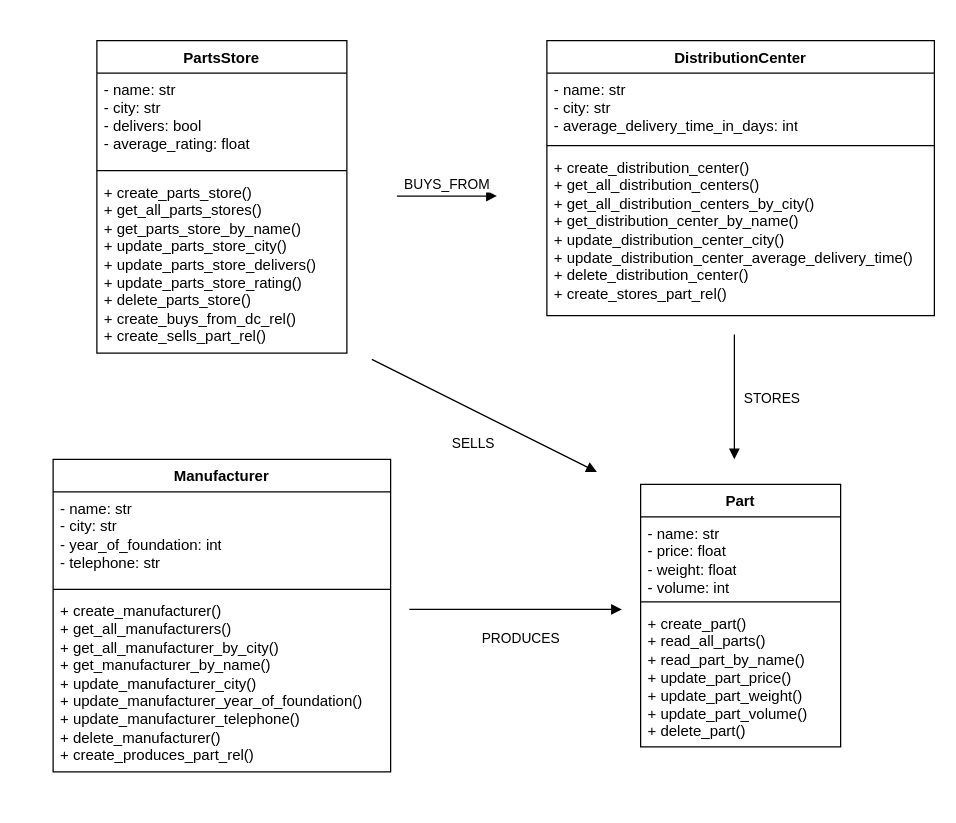
gabieltiso-inatel/projeto-banco-de-dados-2-lab keeps this draw.io diagram as diagrama_projeto_bd2.drawio. Above is the earlier version. Source tidied: cells renumbered, new cells numbered last; positions are measured from the earlier drawing's top-left corner, leaving out a move shared by most shapes. Both pictures are drawn from the tidied source at 125%, with x=0, y=0 at pixel (52, 40).
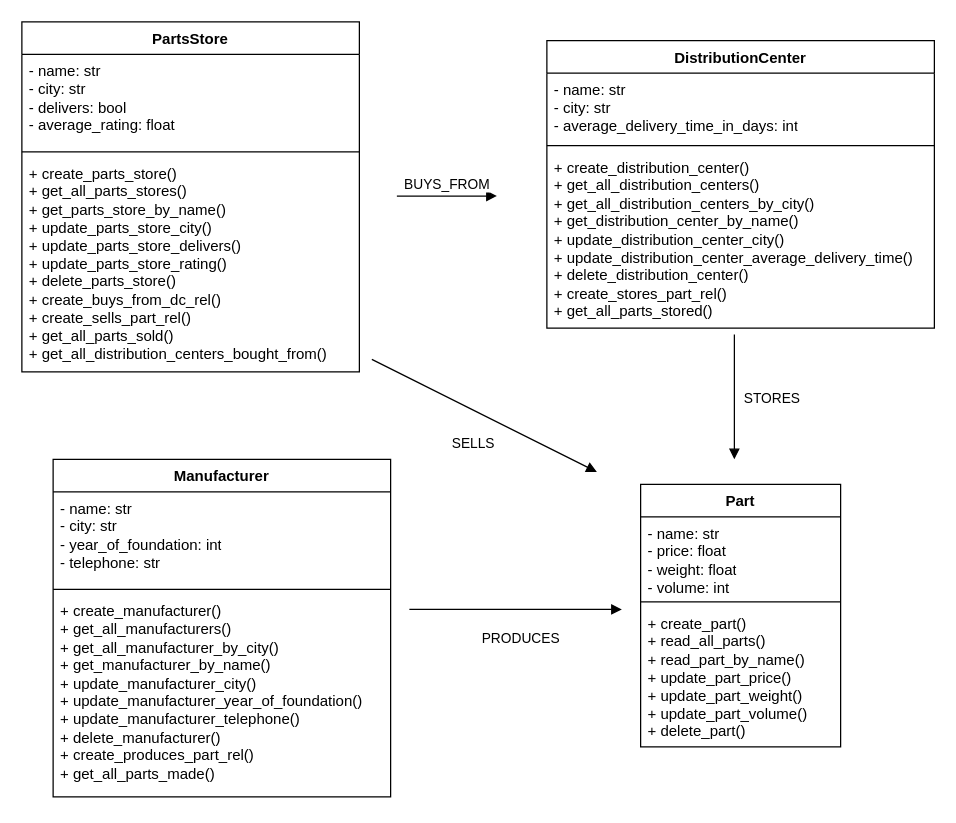
After the change.

Commit message (it also covers changes not shown here):
Atualizar diagrama de classe

Diff of the diagram source:
```diff
@@
     <mxCell id="2" value="Manufacturer&lt;br&gt;" style="swimlane;fontStyle=1;align=center;verticalAlign=top;horizontal=1;startSize=26;whiteSpace=wrap;html=1;" parent="1" vertex="1">
-      <mxGeometry y="335" width="270" height="250" as="geometry" />
+      <mxGeometry y="335" width="270" height="270" as="geometry" />
     </mxCell>
@@
-    <mxCell id="5" value="&lt;div&gt;+ create_manufacturer()&lt;/div&gt;&lt;div&gt;+ get_all_manufacturers()&lt;/div&gt;&lt;div&gt;+ get_all_manufacturer_by_city()&lt;/div&gt;&lt;div&gt;+ get_manufacturer_by_name()&lt;/div&gt;&lt;div&gt;+ update_manufacturer_city()&lt;/div&gt;&lt;div&gt;+ update_manufacturer_year_of_foundation()&lt;/div&gt;&lt;div&gt;+ update_manufacturer_telephone()&lt;/div&gt;&lt;div&gt;+ delete_manufacturer()&lt;/div&gt;&lt;div&gt;+ create_produces_part_rel()&lt;/div&gt;&lt;div&gt;&lt;br&gt;&lt;/div&gt;" style="text;strokeColor=none;fillColor=none;align=left;verticalAlign=top;spacingLeft=4;spacingRight=4;overflow=hidden;whiteSpace=wrap;html=1;" parent="2" vertex="1">
-      <mxGeometry y="108" width="270" height="142" as="geometry" />
+    <mxCell id="5" value="&lt;div&gt;+ create_manufacturer()&lt;/div&gt;&lt;div&gt;+ get_all_manufacturers()&lt;/div&gt;&lt;div&gt;+ get_all_manufacturer_by_city()&lt;/div&gt;&lt;div&gt;+ get_manufacturer_by_name()&lt;/div&gt;&lt;div&gt;+ update_manufacturer_city()&lt;/div&gt;&lt;div&gt;+ update_manufacturer_year_of_foundation()&lt;/div&gt;&lt;div&gt;+ update_manufacturer_telephone()&lt;/div&gt;&lt;div&gt;+ delete_manufacturer()&lt;/div&gt;&lt;div&gt;+ create_produces_part_rel()&lt;/div&gt;&lt;div&gt;+ get_all_parts_made()&lt;/div&gt;" style="text;strokeColor=none;fillColor=none;align=left;verticalAlign=top;spacingLeft=4;spacingRight=4;overflow=hidden;whiteSpace=wrap;html=1;" parent="2" vertex="1">
+      <mxGeometry y="108" width="270" height="162" as="geometry" />
     </mxCell>
     <mxCell id="6" value="DistributionCenter" style="swimlane;fontStyle=1;align=center;verticalAlign=top;horizontal=1;startSize=26;whiteSpace=wrap;html=1;" parent="1" vertex="1">
-      <mxGeometry x="395" width="310" height="220" as="geometry" />
+      <mxGeometry x="395" width="310" height="230" as="geometry" />
     </mxCell>
@@
-    <mxCell id="9" value="&lt;div&gt;+ create_distribution_center()&lt;/div&gt;&lt;div&gt;+ get_all_distribution_centers()&lt;/div&gt;&lt;div&gt;+ get_all_distribution_centers_by_city()&lt;/div&gt;&lt;div&gt;+ get_distribution_center_by_name()&lt;/div&gt;&lt;div&gt;+ update_distribution_center_city()&lt;/div&gt;&lt;div&gt;+ update_distribution_center_average_delivery_time()&lt;/div&gt;&lt;div&gt;+ delete_distribution_center()&lt;/div&gt;&lt;div&gt;+ create_stores_part_rel()&lt;/div&gt;&lt;div&gt;&lt;br&gt;&lt;/div&gt;" style="text;strokeColor=none;fillColor=none;align=left;verticalAlign=top;spacingLeft=4;spacingRight=4;overflow=hidden;whiteSpace=wrap;html=1;" parent="6" vertex="1">
-      <mxGeometry y="88" width="310" height="132" as="geometry" />
+    <mxCell id="9" value="&lt;div&gt;+ create_distribution_center()&lt;/div&gt;&lt;div&gt;+ get_all_distribution_centers()&lt;/div&gt;&lt;div&gt;+ get_all_distribution_centers_by_city()&lt;/div&gt;&lt;div&gt;+ get_distribution_center_by_name()&lt;/div&gt;&lt;div&gt;+ update_distribution_center_city()&lt;/div&gt;&lt;div&gt;+ update_distribution_center_average_delivery_time()&lt;/div&gt;&lt;div&gt;+ delete_distribution_center()&lt;/div&gt;&lt;div&gt;+ create_stores_part_rel()&lt;/div&gt;&lt;div&gt;+ get_all_parts_stored()&lt;/div&gt;" style="text;strokeColor=none;fillColor=none;align=left;verticalAlign=top;spacingLeft=4;spacingRight=4;overflow=hidden;whiteSpace=wrap;html=1;" parent="6" vertex="1">
+      <mxGeometry y="88" width="310" height="142" as="geometry" />
     </mxCell>
     <mxCell id="10" value="PartsStore" style="swimlane;fontStyle=1;align=center;verticalAlign=top;horizontal=1;startSize=26;whiteSpace=wrap;html=1;" parent="1" vertex="1">
-      <mxGeometry x="35" width="200" height="250" as="geometry" />
+      <mxGeometry x="-25" y="-15" width="270" height="280" as="geometry" />
     </mxCell>
     <mxCell id="11" value="&lt;div&gt;- name: str&lt;/div&gt;&lt;div&gt;- city: str&lt;/div&gt;&lt;div&gt;- delivers: bool&lt;/div&gt;&lt;div&gt;- average_rating: float&lt;/div&gt;&lt;div&gt;&lt;br&gt;&lt;/div&gt;" style="text;strokeColor=none;fillColor=none;align=left;verticalAlign=top;spacingLeft=4;spacingRight=4;overflow=hidden;whiteSpace=wrap;html=1;" parent="10" vertex="1">
-      <mxGeometry y="26" width="200" height="74" as="geometry" />
+      <mxGeometry y="26" width="270" height="74" as="geometry" />
     </mxCell>
     <mxCell id="12" style="line;strokeWidth=1;fillColor=none;align=left;verticalAlign=middle;spacingTop=-1;spacingLeft=3;spacingRight=3;labelPosition=right;strokeColor=inherit;" parent="10" vertex="1">
-      <mxGeometry y="100" width="200" height="8" as="geometry" />
+      <mxGeometry y="100" width="270" height="8" as="geometry" />
     </mxCell>
-    <mxCell id="13" value="&lt;div&gt;+ create_parts_store()&lt;/div&gt;&lt;div&gt;+ get_all_parts_stores()&lt;/div&gt;&lt;div&gt;+ get_parts_store_by_name()&lt;/div&gt;&lt;div&gt;+ update_parts_store_city()&lt;/div&gt;&lt;div&gt;+ update_parts_store_delivers()&lt;/div&gt;&lt;div&gt;+ update_parts_store_rating()&lt;/div&gt;&lt;div&gt;+ delete_parts_store()&lt;/div&gt;&lt;div&gt;+ create_buys_from_dc_rel()&lt;/div&gt;&lt;div&gt;+ create_sells_part_rel()&lt;/div&gt;&lt;div&gt;&lt;br&gt;&lt;/div&gt;" style="text;strokeColor=none;fillColor=none;align=left;verticalAlign=top;spacingLeft=4;spacingRight=4;overflow=hidden;whiteSpace=wrap;html=1;" parent="10" vertex="1">
-      <mxGeometry y="108" width="200" height="142" as="geometry" />
+    <mxCell id="13" value="&lt;div&gt;+ create_parts_store()&lt;/div&gt;&lt;div&gt;+ get_all_parts_stores()&lt;/div&gt;&lt;div&gt;+ get_parts_store_by_name()&lt;/div&gt;&lt;div&gt;+ update_parts_store_city()&lt;/div&gt;&lt;div&gt;+ update_parts_store_delivers()&lt;/div&gt;&lt;div&gt;+ update_parts_store_rating()&lt;/div&gt;&lt;div&gt;+ delete_parts_store()&lt;/div&gt;&lt;div&gt;+ create_buys_from_dc_rel()&lt;/div&gt;&lt;div&gt;+ create_sells_part_rel()&lt;br&gt;+ get_all_parts_sold()&lt;br&gt;+ get_all_distribution_centers_bought_from()&lt;/div&gt;&lt;div&gt;&lt;br&gt;&lt;/div&gt;" style="text;strokeColor=none;fillColor=none;align=left;verticalAlign=top;spacingLeft=4;spacingRight=4;overflow=hidden;whiteSpace=wrap;html=1;" parent="10" vertex="1">
+      <mxGeometry y="108" width="270" height="172" as="geometry" />
     </mxCell>
```
